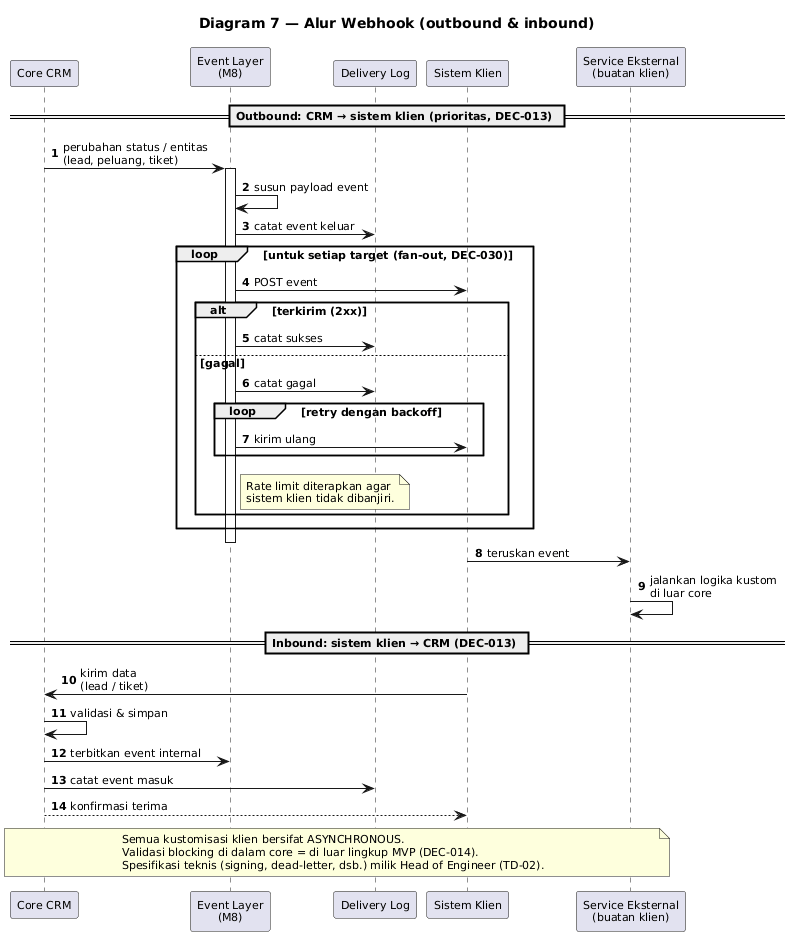
yudha-tlab/ai-os-knowledge keeps this PlantUML diagram as knowledge/projects/bootcamp-crm/requirements/brd/diagrams/07-alur-webhook.png. Above is the earlier version.
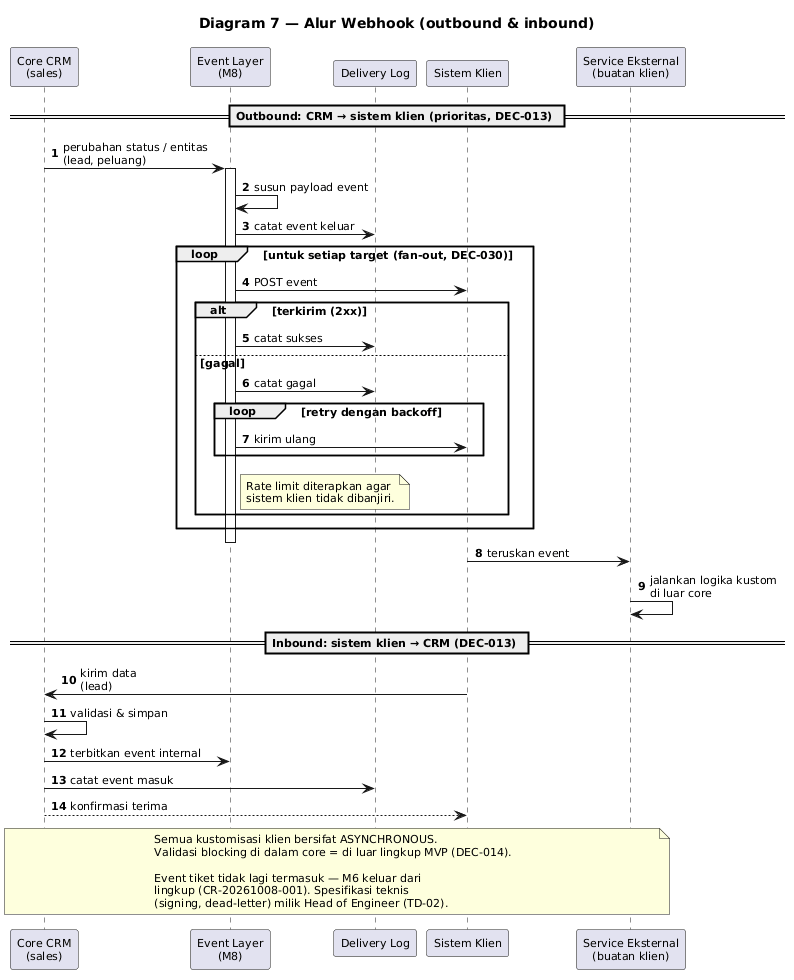
Later version of the same file.

What changed in the source:
```diff
@@ -6,7 +6,7 @@
 skinparam sequenceMessageAlign left
 autonumber
 
-participant "Core CRM" as CRM
+participant "Core CRM\n(sales)" as CRM
 participant "Event Layer\n(M8)" as EVT
 participant "Delivery Log" as LOG
 participant "Sistem Klien" as EXT
@@ -14,7 +14,7 @@
 
 == Outbound: CRM → sistem klien (prioritas, DEC-013) ==
 
-CRM -> EVT : perubahan status / entitas\n(lead, peluang, tiket)
+CRM -> EVT : perubahan status / entitas\n(lead, peluang)
 activate EVT
 EVT -> EVT : susun payload event
 EVT -> LOG : catat event keluar
@@ -39,7 +39,7 @@
 
 == Inbound: sistem klien → CRM (DEC-013) ==
 
-EXT -> CRM : kirim data\n(lead / tiket)
+EXT -> CRM : kirim data\n(lead)
 CRM -> CRM : validasi & simpan
 CRM -> EVT : terbitkan event internal
 CRM -> LOG : catat event masuk
@@ -48,6 +48,9 @@
 note over CRM, SVC
   Semua kustomisasi klien bersifat ASYNCHRONOUS.
   Validasi blocking di dalam core = di luar lingkup MVP (DEC-014).
-  Spesifikasi teknis (signing, dead-letter, dsb.) milik Head of Engineer (TD-02).
+
+  Event tiket tidak lagi termasuk — M6 keluar dari
+  lingkup (CR-20261008-001). Spesifikasi teknis
+  (signing, dead-letter) milik Head of Engineer (TD-02).
 end note
 @enduml
```
